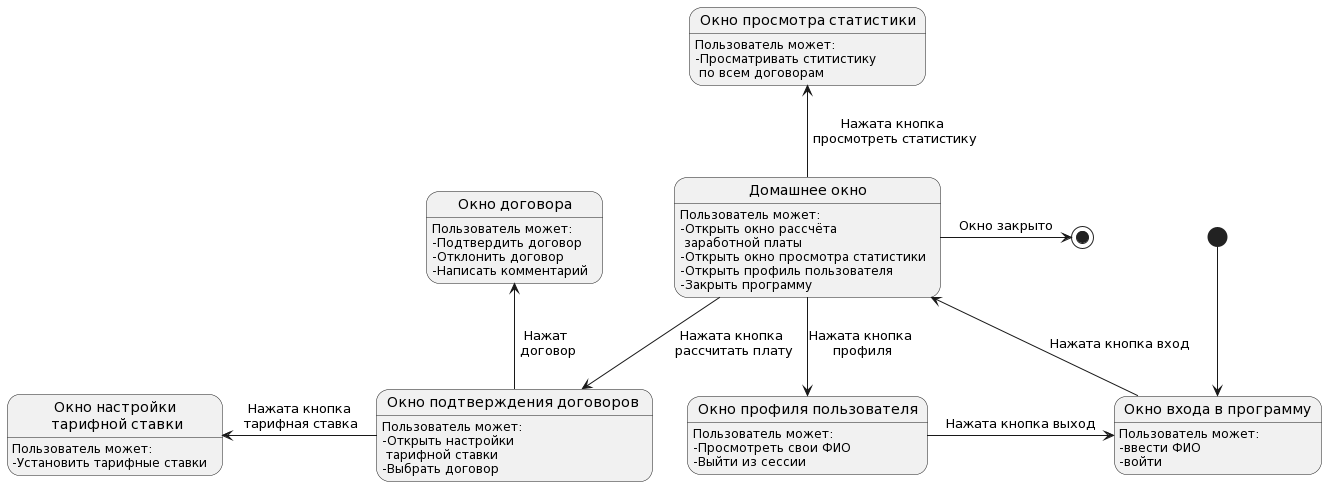
This is Resource/Диаграммы потоков экрана/Бухгалтер.png from MiFit1/OSOGO, a PlantUML export, as it was before one commit.
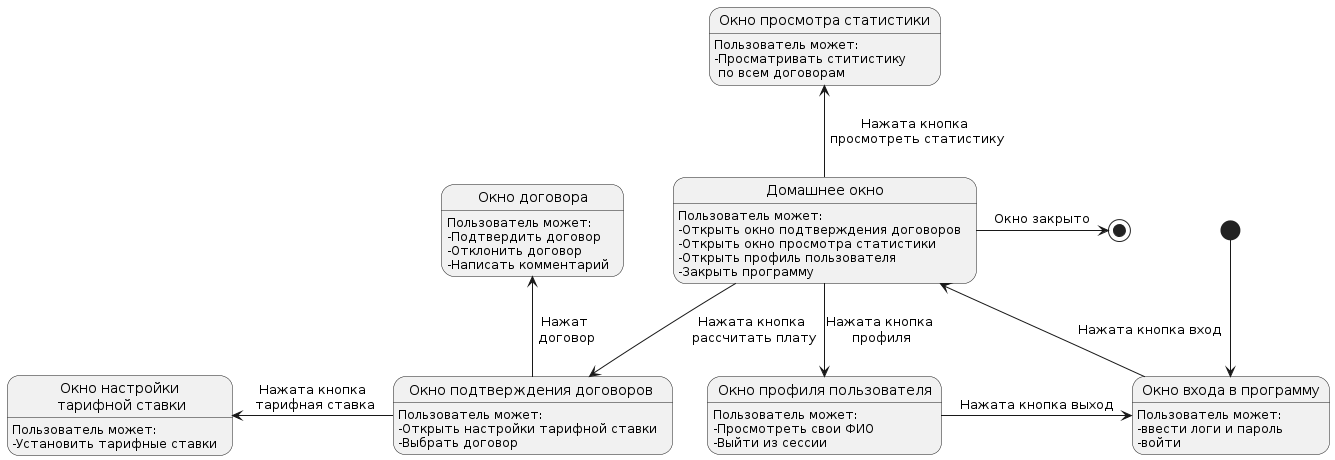
After the change.

What changed in the source:
```diff
@@ -13,17 +13,17 @@
 contractWindow : -Написать комментарий
 
 loginWindow : Пользователь может:
-loginWindow : -ввести ФИО
+loginWindow : -ввести логи и пароль
 loginWindow : -войти
 
 homeWindow : Пользователь может:
-homeWindow : -Открыть окно рассчёта\n заработной платы
+homeWindow : -Открыть окно подтверждения договоров
 homeWindow : -Открыть окно просмотра статистики
 homeWindow : -Открыть профиль пользователя
 homeWindow : -Закрыть программу
 
 verifyWindow : Пользователь может:
-verifyWindow : -Открыть настройки\n тарифной ставки
+verifyWindow : -Открыть настройки тарифной ставки
 verifyWindow : -Выбрать договор
 
 statisticWindow : Пользователь может:
```
